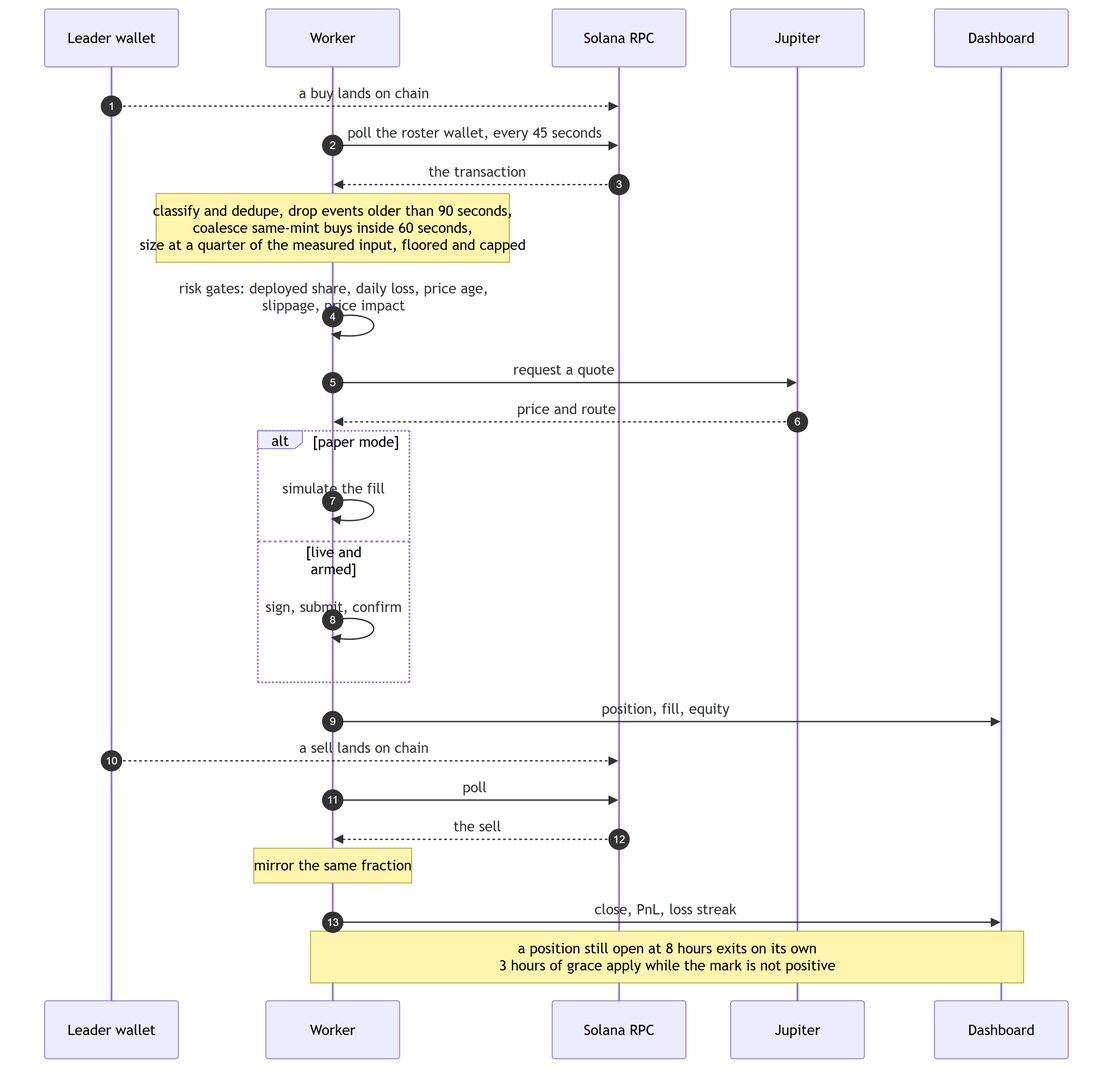
The Mermaid diagram docs/images/one-copied-trade.png in RuneL89/zcode-copytrade-bot, before a commit. Its source is kept beside it as docs/diagrams/one-copied-trade.mmd.
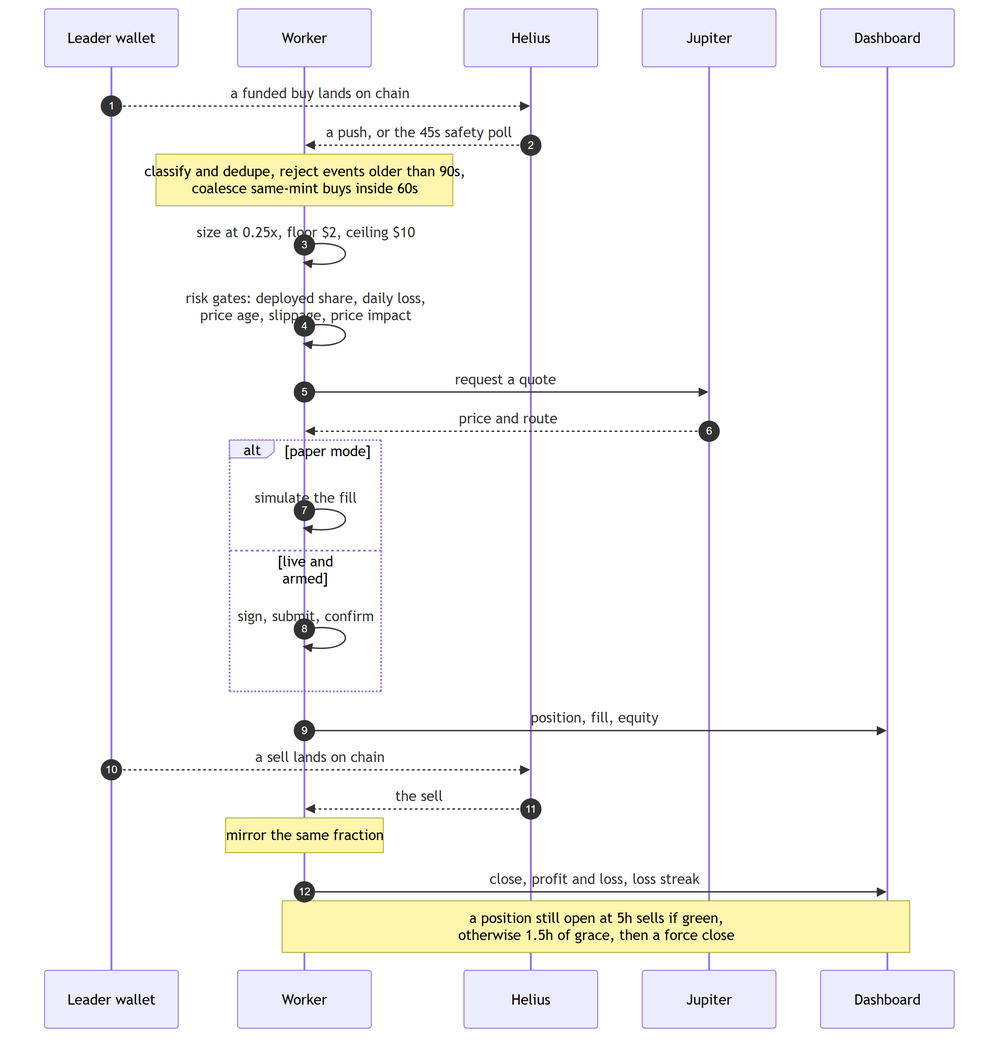
The same diagram one commit later.

Diff of the diagram source:
```diff
@@ -2,15 +2,15 @@
     autonumber
     participant L as Leader wallet
     participant W as Worker
-    participant R as Solana RPC
+    participant H as Helius
     participant J as Jupiter
     participant D as Dashboard
 
-    L-->>R: a buy lands on chain
-    W->>R: poll the roster wallet, every 45 seconds
-    R-->>W: the transaction
-    Note over W: classify and dedupe, drop events older than 90 seconds,<br/>coalesce same-mint buys inside 60 seconds,<br/>size at a quarter of the measured input, floored and capped
-    W->>W: risk gates: deployed share, daily loss, price age,<br/>slippage, price impact
+    L-->>H: a funded buy lands on chain
+    H-->>W: a push, or the 45s safety poll
+    Note over W: classify and dedupe, reject events older than 90s,<br/>coalesce same-mint buys inside 60s
+    W->>W: size at 0.25x, floor $2, ceiling $10
+    W->>W: risk gates: deployed share, daily loss,<br/>price age, slippage, price impact
     W->>J: request a quote
     J-->>W: price and route
     alt paper mode
@@ -20,10 +20,9 @@
     end
     W->>D: position, fill, equity
 
-    L-->>R: a sell lands on chain
-    W->>R: poll
-    R-->>W: the sell
+    L-->>H: a sell lands on chain
+    H-->>W: the sell
     Note over W: mirror the same fraction
-    W->>D: close, PnL, loss streak
+    W->>D: close, profit and loss, loss streak
 
-    Note over W,D: a position still open at 8 hours exits on its own<br/>3 hours of grace apply while the mark is not positive
+    Note over W,D: a position still open at 5h sells if green,<br/>otherwise 1.5h of grace, then a force close
```
